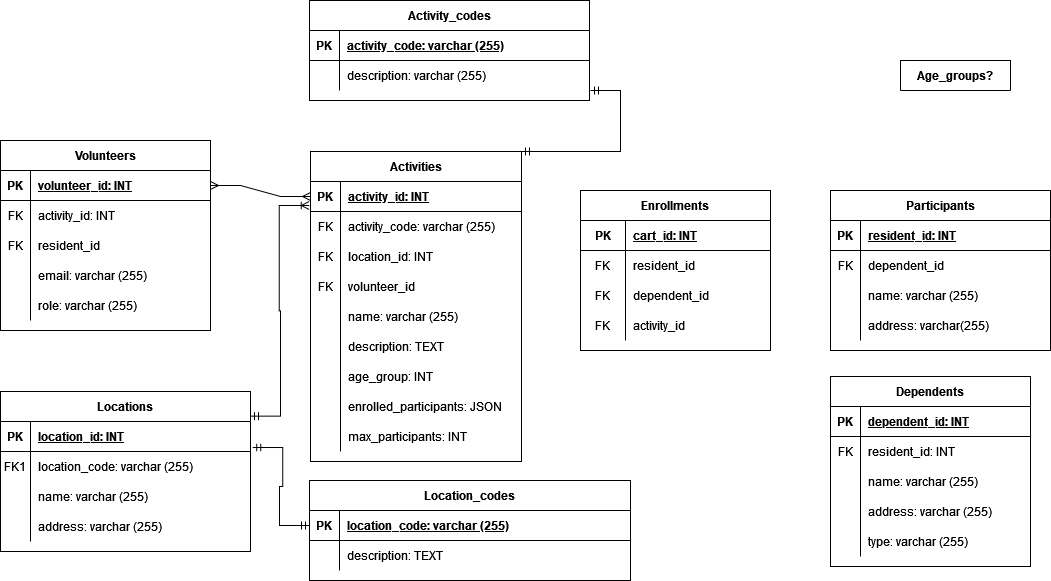
arse0039/340_db keeps this draw.io diagram as 340.drawio.png. Above is the earlier version. Source tidied: cells renumbered, new cells last; positions are measured from the earlier drawing's top-left corner, leaving out a move shared by most shapes.
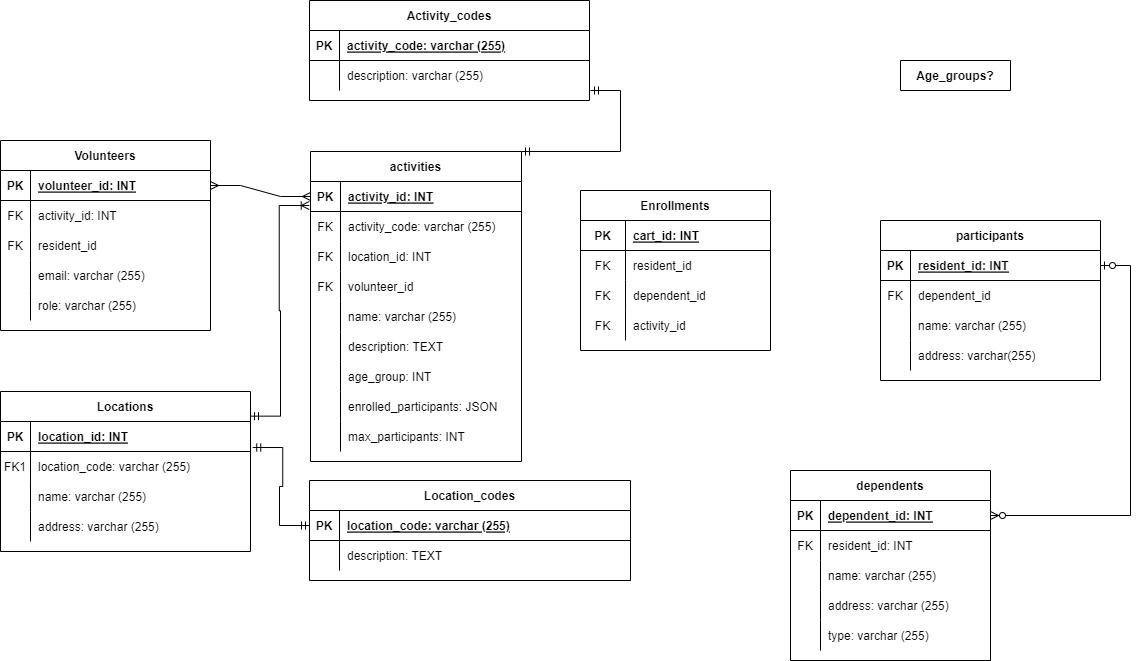
After the commit.

Diff of the diagram source:
```diff
@@ -131,8 +131,8 @@
     <mxCell id="44" value="activity_id" style="shape=partialRectangle;overflow=hidden;fillColor=none;top=0;left=0;bottom=0;right=0;align=left;spacingLeft=6;" parent="42" vertex="1">
       <mxGeometry x="45" width="145" height="30" as="geometry" />
     </mxCell>
-    <mxCell id="45" value="Participants" style="shape=table;startSize=30;rowLines=0;fontStyle=1;align=center;" parent="1" vertex="1">
-      <mxGeometry x="830" y="190" width="220" height="160" as="geometry" />
+    <mxCell id="45" value="participants" style="shape=table;startSize=30;rowLines=0;fontStyle=1;align=center;" parent="1" vertex="1">
+      <mxGeometry x="880" y="220" width="220" height="160" as="geometry" />
     </mxCell>
     <mxCell id="46" style="shape=tableRow;horizontal=0;startSize=0;swimlaneHead=0;swimlaneBody=0;fillColor=none;points=[[0,0.5],[1,0.5]];portConstraint=eastwest;top=0;left=0;right=0;bottom=1;" parent="45" vertex="1">
       <mxGeometry y="30" width="220" height="30" as="geometry" />
@@ -170,7 +170,7 @@
     <mxCell id="57" value="address: varchar(255)" style="shape=partialRectangle;fillColor=none;top=0;left=0;bottom=0;right=0;align=left;spacingLeft=6;overflow=hidden;" parent="55" vertex="1">
       <mxGeometry x="30" width="190" height="30" as="geometry" />
     </mxCell>
-    <mxCell id="58" value="Activities" style="shape=table;startSize=30;rowLines=0;fontStyle=1;align=center;" parent="1" vertex="1">
+    <mxCell id="58" value="activities" style="shape=table;startSize=30;rowLines=0;fontStyle=1;align=center;" parent="1" vertex="1">
       <mxGeometry x="310" y="151" width="211" height="310" as="geometry" />
     </mxCell>
     <mxCell id="59" style="shape=tableRow;horizontal=0;startSize=0;swimlaneHead=0;swimlaneBody=0;fillColor=none;points=[[0,0.5],[1,0.5]];portConstraint=eastwest;top=0;left=0;right=0;bottom=1;" parent="58" vertex="1">
@@ -257,8 +257,8 @@
     <mxCell id="86" style="edgeStyle=entityRelationEdgeStyle;fontSize=12;html=1;endArrow=ERmany;startArrow=ERmany;rounded=0;entryX=0;entryY=0.5;entryDx=0;entryDy=0;exitX=1;exitY=0.5;exitDx=0;exitDy=0;" parent="1" edge="1" source="16" target="59">
       <mxGeometry relative="1" as="geometry" />
     </mxCell>
-    <mxCell id="87" value="Dependents" style="shape=table;startSize=30;rowLines=0;fontStyle=1;align=center;" parent="1" vertex="1">
-      <mxGeometry x="830" y="376" width="200" height="190" as="geometry" />
+    <mxCell id="87" value="dependents" style="shape=table;startSize=30;rowLines=0;fontStyle=1;align=center;" parent="1" vertex="1">
+      <mxGeometry x="790" y="470" width="200" height="190" as="geometry" />
     </mxCell>
     <mxCell id="88" style="shape=tableRow;horizontal=0;startSize=0;swimlaneHead=0;swimlaneBody=0;fillColor=none;points=[[0,0.5],[1,0.5]];portConstraint=eastwest;top=0;left=0;right=0;bottom=1;" parent="87" vertex="1">
       <mxGeometry y="30" width="200" height="30" as="geometry" />
@@ -305,7 +305,7 @@
     <mxCell id="102" value="type: varchar (255)" style="shape=partialRectangle;fillColor=none;top=0;left=0;bottom=0;right=0;align=left;spacingLeft=6;overflow=hidden;" parent="100" vertex="1">
       <mxGeometry x="30" width="170" height="30" as="geometry" />
     </mxCell>
-    <mxCell id="103" style="edgeStyle=entityRelationEdgeStyle;fontSize=12;html=1;endArrow=ERzeroToMany;startArrow=ERzeroToOne;rounded=0;exitX=0;exitY=0.5;exitDx=0;exitDy=0;" parent="1" edge="1" source="88" target="x">
+    <mxCell id="103" style="edgeStyle=entityRelationEdgeStyle;fontSize=12;html=1;endArrow=ERzeroToMany;startArrow=ERzeroToOne;rounded=0;entryX=1;entryY=0.5;entryDx=0;entryDy=0;" parent="1" edge="1" source="46" target="88">
       <mxGeometry relative="1" as="geometry" />
     </mxCell>
     <mxCell id="104" style="edgeStyle=entityRelationEdgeStyle;fontSize=12;html=1;endArrow=ERoneToMany;startArrow=ERmandOne;rounded=0;exitX=1;exitY=0.154;exitDx=0;exitDy=0;exitPerimeter=0;entryX=-0.006;entryY=0.8;entryDx=0;entryDy=0;entryPerimeter=0;" parent="1" edge="1" source="2" target="59">
```
